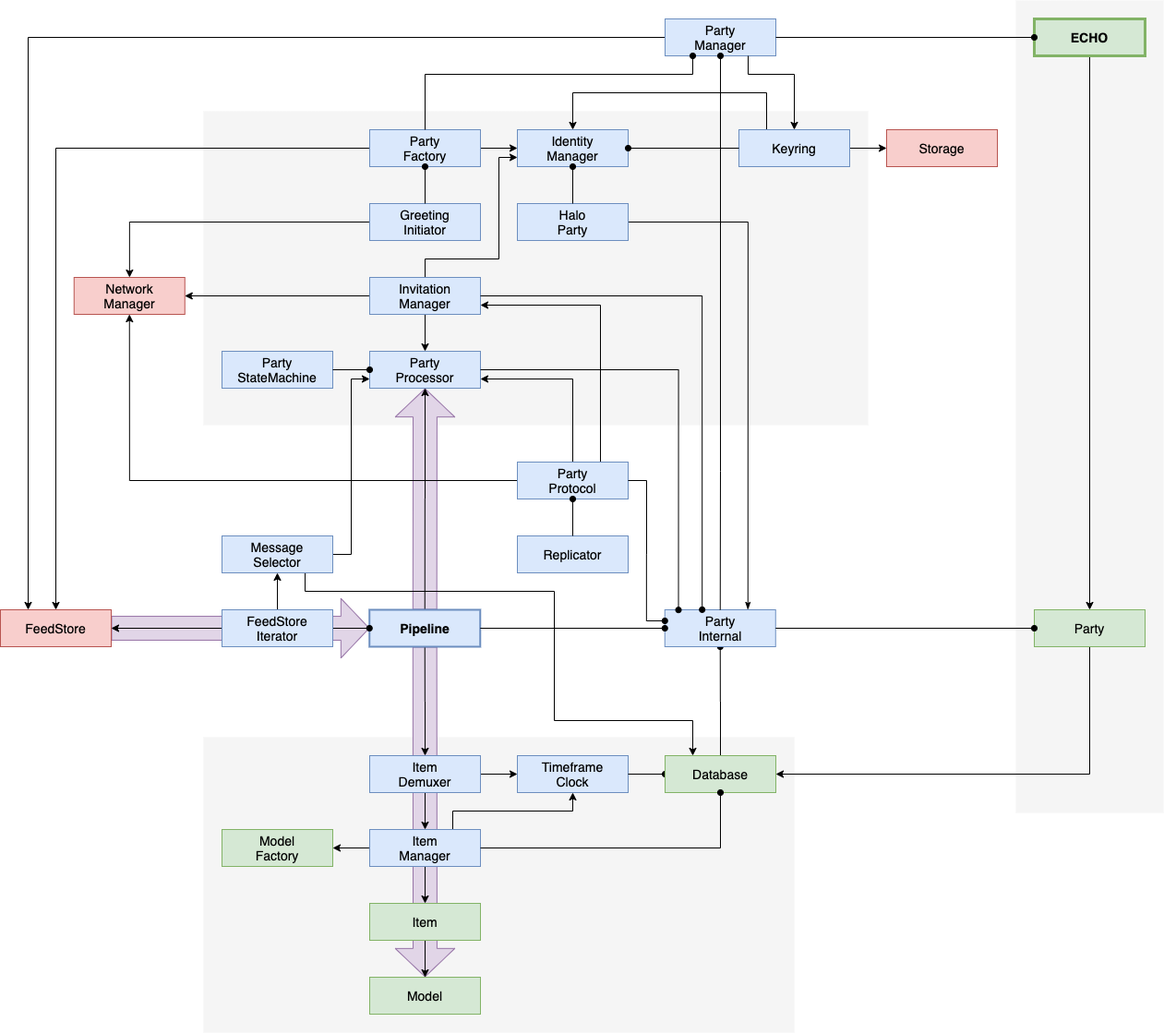
This is docs/content/diagrams/data-processing-2.png from dxos/echo, a draw.io export, as it was before one commit. Source tidied: cells renumbered, new cells last; positions are measured from the earlier drawing's top-left corner, leaving out a move shared by most shapes.
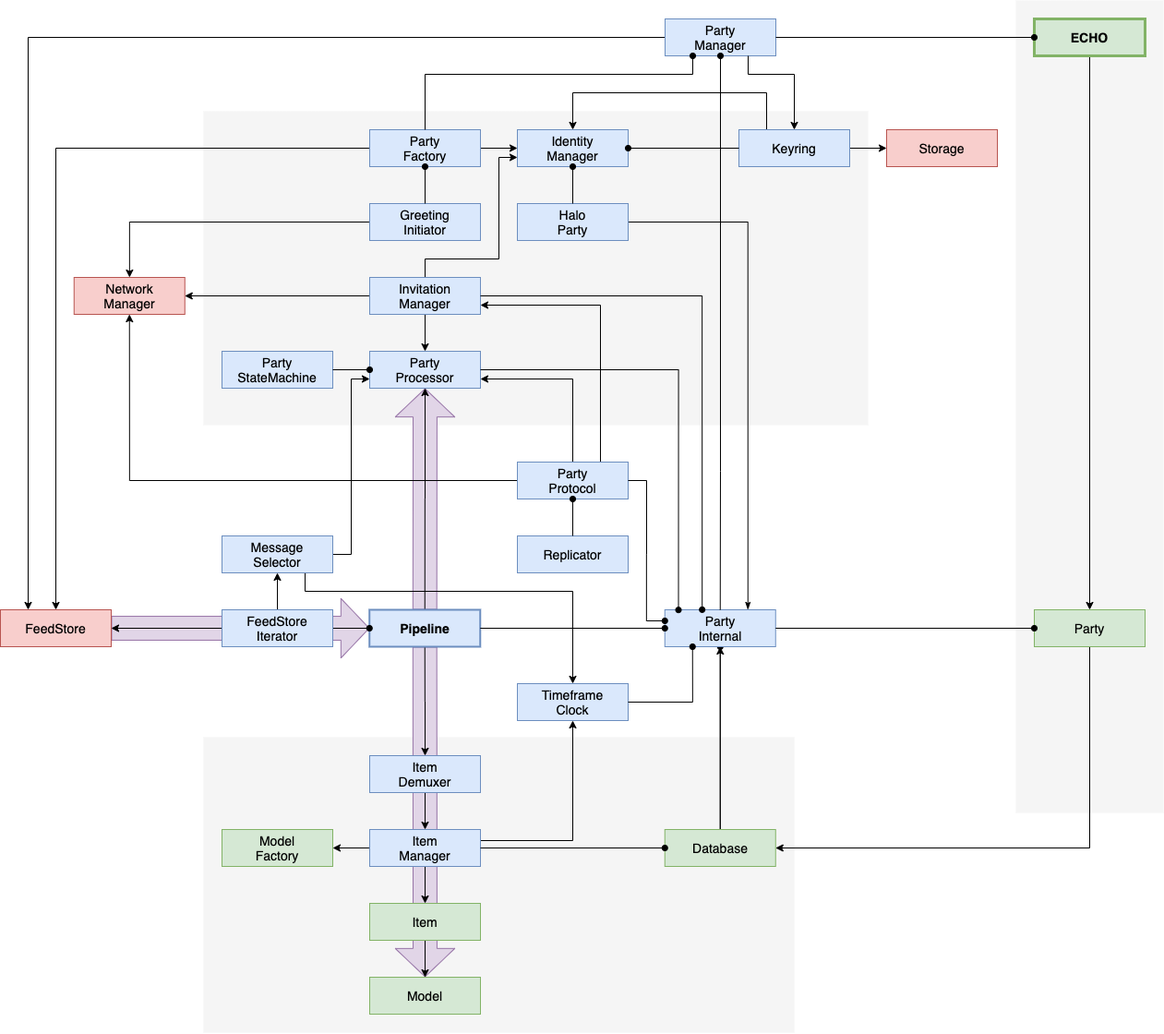
The same diagram one commit later.

Change to the diagram source:
```diff
@@ -45,8 +45,13 @@
     <mxCell id="13" style="edgeStyle=orthogonalEdgeStyle;rounded=0;jettySize=auto;html=1;exitX=0.5;exitY=1;exitDx=0;exitDy=0;" parent="1" edge="1" source="62" target="17">
       <mxGeometry relative="1" as="geometry" />
     </mxCell>
-    <mxCell id="14" style="edgeStyle=orthogonalEdgeStyle;rounded=0;jettySize=auto;html=1;exitX=0.75;exitY=0;exitDx=0;exitDy=0;" parent="1" edge="1" source="62" target="24">
-      <mxGeometry relative="1" as="geometry" />
+    <mxCell id="14" style="edgeStyle=orthogonalEdgeStyle;rounded=0;jettySize=auto;html=1;" parent="1" edge="1" target="24">
+      <mxGeometry relative="1" as="geometry">
+        <mxPoint x="520" y="910" as="sourcePoint" />
+        <Array as="points">
+          <mxPoint x="620" y="910" />
+        </Array>
+      </mxGeometry>
     </mxCell>
     <mxCell id="15" style="edgeStyle=orthogonalEdgeStyle;rounded=0;jettySize=auto;html=1;exitX=0;exitY=0.5;exitDx=0;exitDy=0;entryX=1;entryY=0.5;entryDx=0;entryDy=0;" parent="1" edge="1" source="62" target="34">
       <mxGeometry relative="1" as="geometry" />
@@ -76,7 +81,7 @@
       <mxGeometry x="240" y="380" width="120" height="40" as="geometry" />
     </mxCell>
     <mxCell id="24" value="Timeframe&lt;br&gt;Clock" style="rounded=0;whiteSpace=wrap;html=1;fontSize=14;fontFamily=Helvetica;fillColor=#dae8fc;strokeColor=#6c8ebf;fontStyle=0;strokeWidth=1;" parent="1" vertex="1">
-      <mxGeometry x="560" y="818" width="120" height="40" as="geometry" />
+      <mxGeometry x="560" y="740" width="120" height="40" as="geometry" />
     </mxCell>
     <mxCell id="25" value="Identity&lt;br&gt;Manager" style="rounded=0;whiteSpace=wrap;html=1;fontSize=14;fontFamily=Helvetica;fillColor=#dae8fc;strokeColor=#6c8ebf;fontStyle=0;strokeWidth=1;" parent="1" vertex="1">
       <mxGeometry x="560" y="140" width="120" height="40" as="geometry" />
@@ -152,9 +157,6 @@
     <mxCell id="44" style="edgeStyle=orthogonalEdgeStyle;rounded=0;jettySize=auto;html=1;exitX=0.5;exitY=1;exitDx=0;exitDy=0;entryX=0.5;entryY=0;entryDx=0;entryDy=0;" parent="1" edge="1" source="46" target="62">
       <mxGeometry relative="1" as="geometry" />
     </mxCell>
-    <mxCell id="45" style="edgeStyle=orthogonalEdgeStyle;rounded=0;jettySize=auto;html=1;exitX=1;exitY=0.5;exitDx=0;exitDy=0;" parent="1" edge="1" source="46" target="24">
-      <mxGeometry relative="1" as="geometry" />
-    </mxCell>
     <mxCell id="46" value="Item&lt;br&gt;Demuxer" style="rounded=0;whiteSpace=wrap;html=1;fontSize=14;fontFamily=Helvetica;fillColor=#dae8fc;strokeColor=#6c8ebf;fontStyle=0;strokeWidth=1;" parent="1" vertex="1">
       <mxGeometry x="400" y="818" width="120" height="40" as="geometry" />
     </mxCell>
@@ -173,22 +175,23 @@
     <mxCell id="51" value="Party" style="rounded=0;whiteSpace=wrap;html=1;fontSize=14;fontFamily=Helvetica;fillColor=#d5e8d4;strokeColor=#82b366;fontStyle=0;strokeWidth=1;" parent="1" vertex="1">
       <mxGeometry x="1120" y="660" width="120" height="40" as="geometry" />
     </mxCell>
-    <mxCell id="52" style="edgeStyle=orthogonalEdgeStyle;rounded=0;jettySize=auto;html=1;exitX=0;exitY=0.5;exitDx=0;exitDy=0;entryX=1;entryY=0.5;entryDx=0;entryDy=0;endFill=0;endArrow=none;startFill=1;startArrow=oval;" parent="1" edge="1" source="53" target="24">
+    <mxCell id="52" style="edgeStyle=orthogonalEdgeStyle;rounded=0;jettySize=auto;html=1;exitX=0.25;exitY=1;exitDx=0;exitDy=0;entryX=1;entryY=0.5;entryDx=0;entryDy=0;endFill=0;endArrow=none;startFill=1;startArrow=oval;" parent="1" edge="1" source="12" target="24">
       <mxGeometry relative="1" as="geometry" />
     </mxCell>
+    <mxCell id="81" style="edgeStyle=orthogonalEdgeStyle;rounded=0;jettySize=auto;html=1;" parent="1" edge="1" source="53" target="12">
+      <mxGeometry relative="1" as="geometry" />
+    </mxCell>
     <mxCell id="53" value="Database" style="rounded=0;whiteSpace=wrap;html=1;fontSize=14;fontFamily=Helvetica;fillColor=#d5e8d4;strokeColor=#82b366;fontStyle=0;strokeWidth=1;" parent="1" vertex="1">
-      <mxGeometry x="720" y="818" width="120" height="40" as="geometry" />
+      <mxGeometry x="719.8" y="898" width="120" height="40" as="geometry" />
     </mxCell>
     <mxCell id="54" style="edgeStyle=orthogonalEdgeStyle;rounded=0;orthogonalLoop=1;jettySize=auto;html=1;exitX=0.5;exitY=1;exitDx=0;exitDy=0;" parent="1" edge="1" source="63" target="63">
       <mxGeometry relative="1" as="geometry" />
     </mxCell>
-    <mxCell id="55" style="edgeStyle=orthogonalEdgeStyle;rounded=0;jettySize=auto;html=1;exitX=0.75;exitY=1;exitDx=0;exitDy=0;entryX=0.25;entryY=0;entryDx=0;entryDy=0;" parent="1" edge="1" source="57" target="53">
+    <mxCell id="55" style="edgeStyle=orthogonalEdgeStyle;rounded=0;jettySize=auto;html=1;exitX=0.75;exitY=1;exitDx=0;exitDy=0;entryX=0.5;entryY=0;entryDx=0;entryDy=0;" parent="1" edge="1" source="57" target="24">
       <mxGeometry relative="1" as="geometry">
         <Array as="points">
           <mxPoint x="330" y="640" />
-          <mxPoint x="600" y="640" />
-          <mxPoint x="600" y="780" />
-          <mxPoint x="750" y="780" />
+          <mxPoint x="620" y="640" />
         </Array>
       </mxGeometry>
     </mxCell>
@@ -235,7 +238,7 @@
     <mxCell id="66" style="edgeStyle=orthogonalEdgeStyle;rounded=0;jettySize=auto;html=1;exitX=0;exitY=0.5;exitDx=0;exitDy=0;entryX=1;entryY=0.5;entryDx=0;entryDy=0;startArrow=oval;startFill=1;endArrow=none;endFill=0;" parent="1" edge="1" source="51" target="12">
       <mxGeometry relative="1" as="geometry" />
     </mxCell>
-    <mxCell id="67" style="edgeStyle=orthogonalEdgeStyle;rounded=0;jettySize=auto;html=1;exitX=0.5;exitY=1;exitDx=0;exitDy=0;entryX=1;entryY=0.5;entryDx=0;entryDy=0;startArrow=oval;startFill=1;endArrow=none;endFill=0;" parent="1" edge="1" source="53" target="62">
+    <mxCell id="67" style="edgeStyle=orthogonalEdgeStyle;rounded=0;jettySize=auto;html=1;exitX=0;exitY=0.5;exitDx=0;exitDy=0;entryX=1;entryY=0.5;entryDx=0;entryDy=0;startArrow=oval;startFill=1;endArrow=none;endFill=0;" parent="1" edge="1" source="53" target="62">
       <mxGeometry relative="1" as="geometry" />
     </mxCell>
     <mxCell id="68" style="edgeStyle=orthogonalEdgeStyle;rounded=0;jettySize=auto;html=1;exitX=0;exitY=0.5;exitDx=0;exitDy=0;endArrow=none;endFill=0;startArrow=oval;startFill=1;" parent="1" edge="1" source="49" target="10">
```
